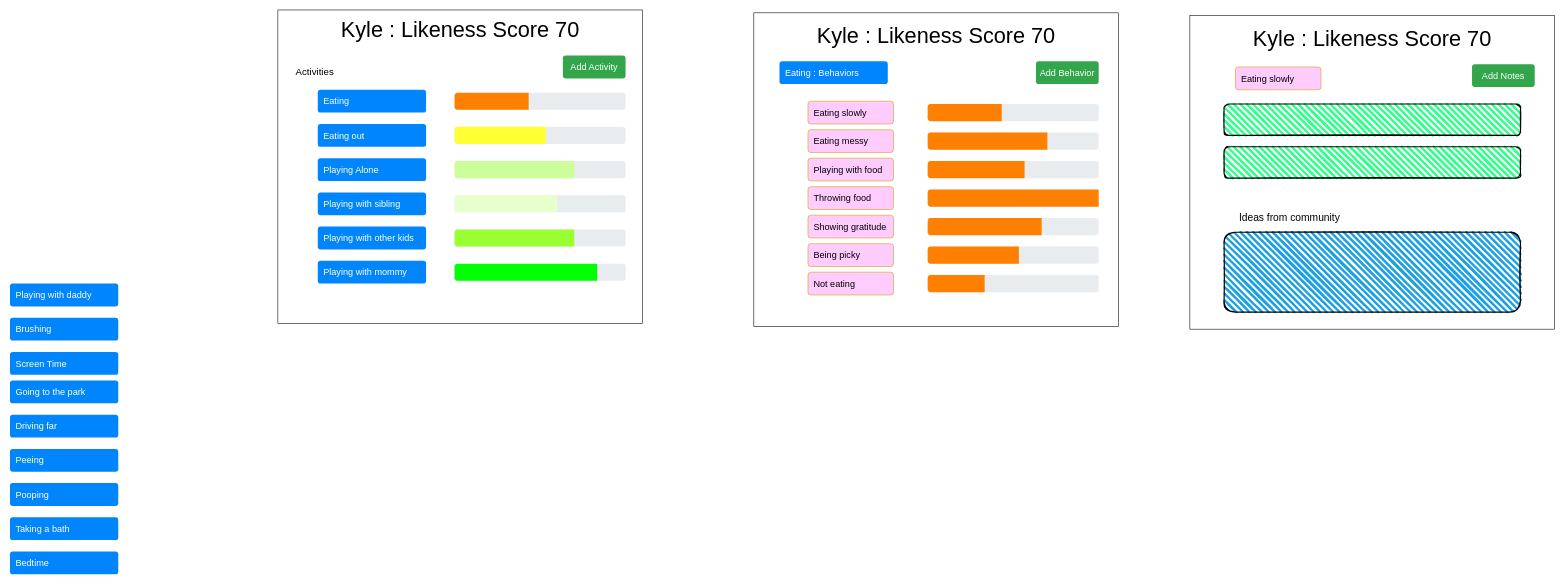
Before: use_cases.drawio in quanhd/likeyourkid, a draw.io diagram. Source tidied: cells renumbered, new cells numbered last; positions are measured from the earlier drawing's top-left corner, leaving out a move shared by most shapes. Both pictures are drawn from the tidied source at 57%, with x=0, y=0 at pixel (10, 10).
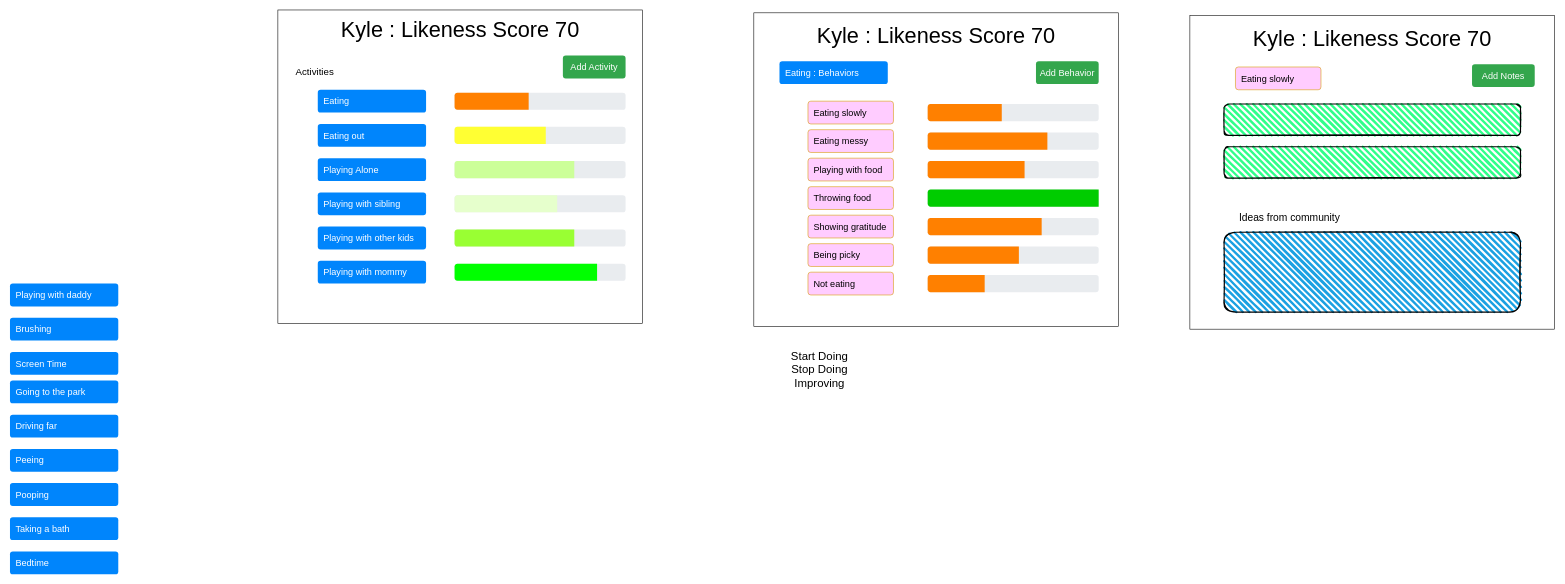
The same page after the edit.

The change refers to these unchanged cells:
```xml
<mxCell id="49" style="html=1;shadow=0;dashed=0;shape=mxgraph.bootstrap.rrect;rSize=5;fillColor=#E9ECEF;strokeColor=none;fontSize=18;align=left;" parent="1" vertex="1">
  <mxGeometry x="1610" y="315" width="300" height="30" as="geometry" />
</mxCell>
```

Diff of the diagram source:
```diff
@@
-    <mxCell id="50" style="html=1;shadow=0;dashed=0;shape=mxgraph.bootstrap.leftButton;rSize=5;strokeColor=none;fillColor=#FF8000;" parent="49" vertex="1">
+    <mxCell id="50" style="html=1;shadow=0;dashed=0;shape=mxgraph.bootstrap.leftButton;rSize=5;strokeColor=none;fillColor=#00CC00;" parent="49" vertex="1">
       <mxGeometry width="300" height="30" relative="1" as="geometry" />
     </mxCell>
@@
+    <mxCell id="66" value="Start Doing&lt;br style=&quot;font-size: 20px;&quot;&gt;Stop Doing&lt;br style=&quot;font-size: 20px;&quot;&gt;Improving" style="text;html=1;align=center;verticalAlign=middle;strokeColor=none;fontSize=20;" parent="1" vertex="1">
+      <mxGeometry x="1360" y="590" width="120" height="80" as="geometry" />
+    </mxCell>
```
